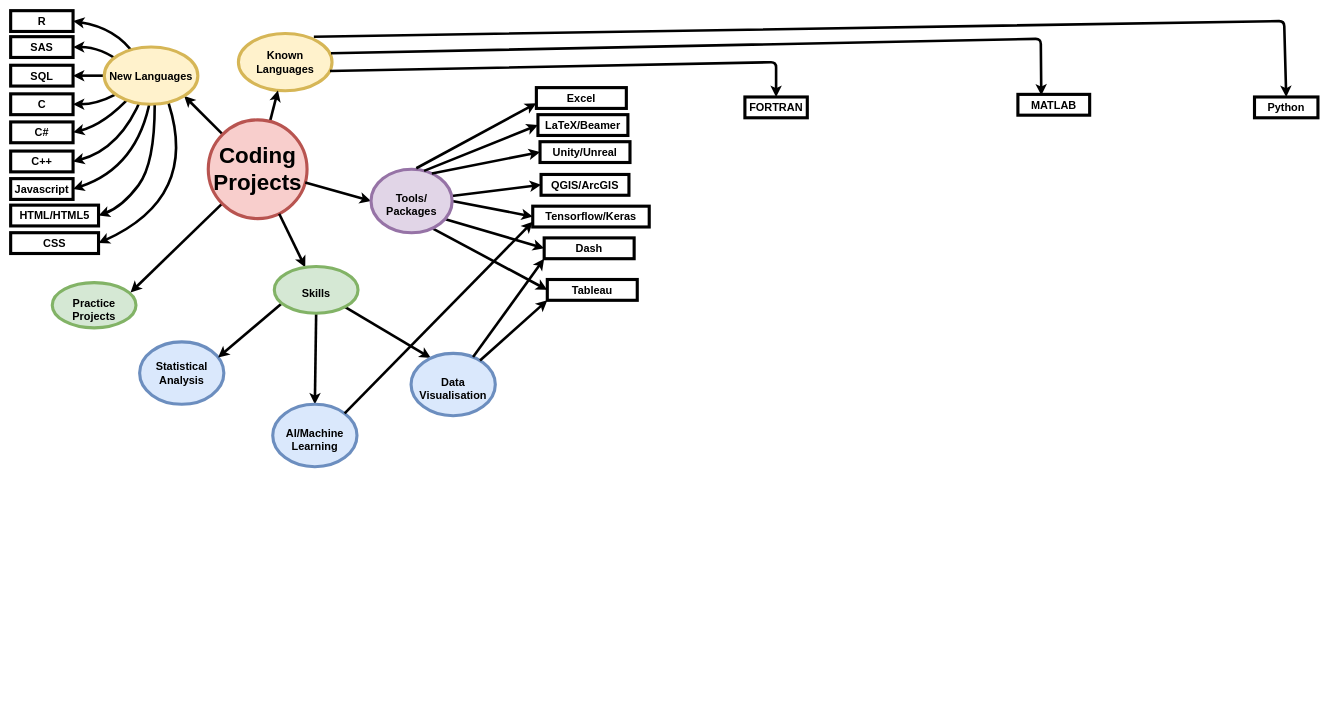
The draw.io diagram Central Diagram.drawio in owen-jordan/central-repo, before the edit. Source tidied: cells renumbered, new cells numbered last; positions are measured from the earlier drawing's top-left corner, leaving out a move shared by most shapes. Both pictures are drawn from the tidied source at 52%, with x=0, y=0 at pixel (10, 10).
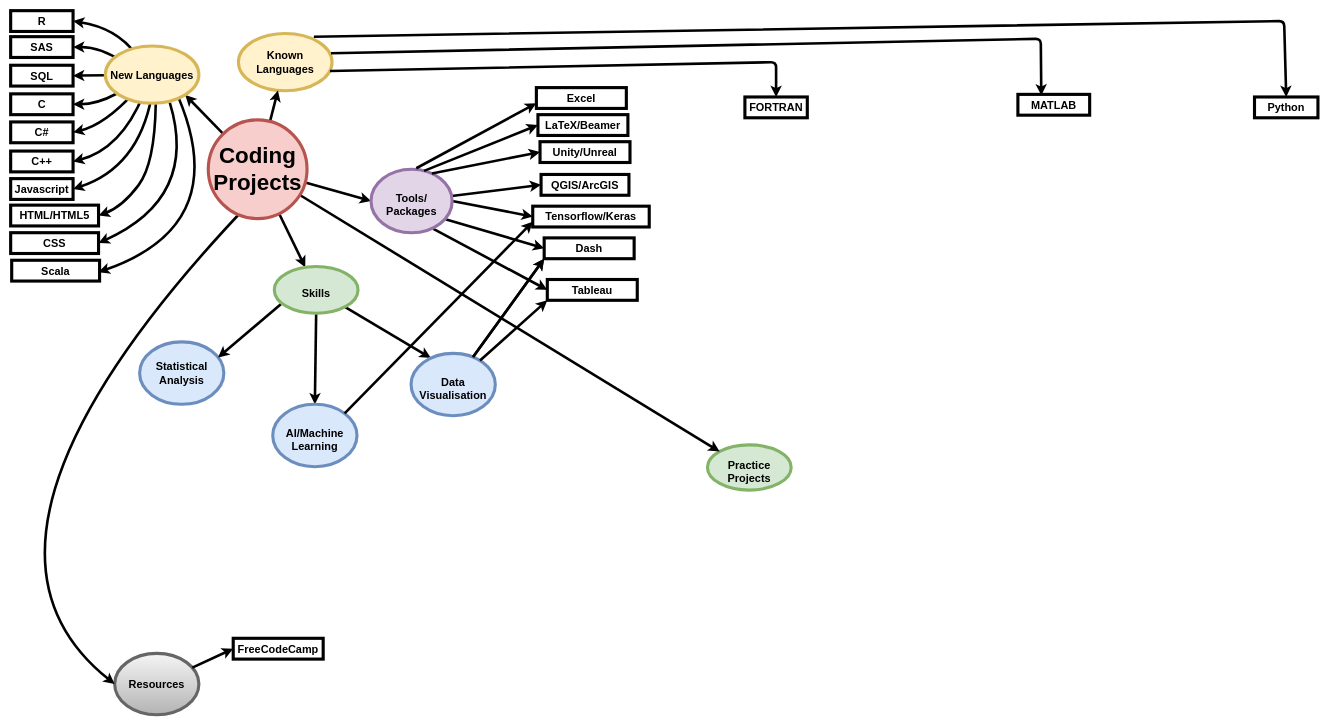
Above is the later version.

What changed in the source:
```diff
@@
-    <mxCell id="17" value="&lt;b&gt;&lt;font style=&quot;font-size: 21px&quot;&gt;New Languages&lt;/font&gt;&lt;/b&gt;" style="ellipse;whiteSpace=wrap;html=1;strokeWidth=6;fillColor=#fff2cc;strokeColor=#d6b656;" parent="1" vertex="1">
-      <mxGeometry x="180" y="70" width="180" height="110" as="geometry" />
-    </mxCell>
@@
     <mxCell id="26" value="&lt;br&gt;&lt;div&gt;&lt;b&gt;&lt;font style=&quot;font-size: 21px&quot;&gt;Practice&lt;/font&gt;&lt;/b&gt;&lt;/div&gt;&lt;div&gt;&lt;b&gt;&lt;font style=&quot;font-size: 21px&quot;&gt;Projects&lt;/font&gt;&lt;/b&gt;&lt;/div&gt;" style="ellipse;whiteSpace=wrap;html=1;strokeWidth=6;fillColor=#d5e8d4;strokeColor=#82b366;" parent="1" vertex="1">
-      <mxGeometry x="80" y="523" width="161" height="87" as="geometry" />
+      <mxGeometry x="1340" y="835" width="161" height="87" as="geometry" />
     </mxCell>
-    <mxCell id="27" style="endArrow=classic;html=1;strokeWidth=5;entryX=0.935;entryY=0.218;entryDx=0;entryDy=0;entryPerimeter=0;" parent="1" edge="1" source="28" target="26">
+    <mxCell id="27" style="endArrow=classic;html=1;strokeWidth=5;entryX=0;entryY=0;entryDx=0;entryDy=0;" parent="1" edge="1" source="28" target="26">
       <mxGeometry relative="1" as="geometry" />
     </mxCell>
-    <mxCell id="28" value="&lt;b&gt;&lt;font style=&quot;font-size: 43px&quot;&gt;&lt;font style=&quot;font-size: 43px&quot;&gt;Coding Projects&lt;/font&gt;&lt;br&gt;&lt;/font&gt;&lt;/b&gt;" style="ellipse;whiteSpace=wrap;html=1;strokeWidth=6;fillColor=#f8cecc;strokeColor=#b85450;" parent="1" vertex="1">
-      <mxGeometry x="380" y="210" width="190" height="190" as="geometry" />
-    </mxCell>
@@
+    <mxCell id="60" value="&lt;div&gt;&lt;b&gt;&lt;font style=&quot;font-size: 21px&quot;&gt;Resources&lt;/font&gt;&lt;/b&gt;&lt;/div&gt;" style="ellipse;whiteSpace=wrap;html=1;strokeWidth=6;fillColor=#f5f5f5;strokeColor=#666666;gradientColor=#b3b3b3;" parent="1" vertex="1">
+      <mxGeometry x="200" y="1236" width="162" height="118" as="geometry" />
+    </mxCell>
+    <mxCell id="61" style="endArrow=classic;html=1;strokeWidth=5;exitX=0.442;exitY=0.816;exitDx=0;exitDy=0;entryX=0;entryY=0.5;entryDx=0;entryDy=0;curved=1;exitPerimeter=0;" parent="1" edge="1" source="28" target="60">
+      <mxGeometry relative="1" as="geometry">
+        <Array as="points">
+          <mxPoint x="-156" y="1013" />
+        </Array>
+      </mxGeometry>
+    </mxCell>
+    <mxCell id="28" value="&lt;b&gt;&lt;font style=&quot;font-size: 43px&quot;&gt;&lt;font style=&quot;font-size: 43px&quot;&gt;Coding Projects&lt;/font&gt;&lt;br&gt;&lt;/font&gt;&lt;/b&gt;" style="ellipse;whiteSpace=wrap;html=1;strokeWidth=6;fillColor=#f8cecc;strokeColor=#b85450;" parent="1" vertex="1">
+      <mxGeometry x="380" y="210" width="190" height="190" as="geometry" />
+    </mxCell>
+    <mxCell id="62" style="endArrow=classic;html=1;strokeWidth=5;entryX=0;entryY=1;entryDx=0;entryDy=0;" parent="1" edge="1">
+      <mxGeometry relative="1" as="geometry">
+        <mxPoint x="889.1" y="666" as="sourcePoint" />
+        <mxPoint x="1026" y="477" as="targetPoint" />
+      </mxGeometry>
+    </mxCell>
+    <mxCell id="63" style="endArrow=classic;html=1;strokeWidth=5;entryX=0;entryY=0.5;entryDx=0;entryDy=0;" parent="1" edge="1" source="60" target="64">
+      <mxGeometry relative="1" as="geometry" />
+    </mxCell>
+    <mxCell id="64" value="&lt;b&gt;&lt;font style=&quot;font-size: 21px&quot;&gt;FreeCodeCamp&lt;/font&gt;&lt;/b&gt;" style="rounded=0;whiteSpace=wrap;html=1;strokeWidth=6;" parent="1" vertex="1">
+      <mxGeometry x="428" y="1207" width="173" height="40" as="geometry" />
+    </mxCell>
+    <mxCell id="65" value="&lt;b&gt;&lt;font style=&quot;font-size: 21px&quot;&gt;Scala&lt;/font&gt;&lt;/b&gt;" style="rounded=0;whiteSpace=wrap;html=1;strokeWidth=6;" parent="1" vertex="1">
+      <mxGeometry x="2" y="480" width="169" height="40" as="geometry" />
+    </mxCell>
+    <mxCell id="66" style="curved=1;endArrow=classic;html=1;strokeColor=#000000;entryX=1;entryY=0.5;entryDx=0;entryDy=0;strokeWidth=5;exitX=0.722;exitY=0.682;exitDx=0;exitDy=0;exitPerimeter=0;" parent="1" edge="1" source="17">
+      <mxGeometry relative="1" as="geometry">
+        <mxPoint x="169" y="503" as="targetPoint" />
+        <Array as="points">
+          <mxPoint x="438" y="409" />
+        </Array>
+      </mxGeometry>
+    </mxCell>
+    <mxCell id="17" value="&lt;b&gt;&lt;font style=&quot;font-size: 21px&quot;&gt;New Languages&lt;/font&gt;&lt;/b&gt;" style="ellipse;whiteSpace=wrap;html=1;strokeWidth=6;fillColor=#fff2cc;strokeColor=#d6b656;" parent="1" vertex="1">
+      <mxGeometry x="182" y="68" width="180" height="110" as="geometry" />
+    </mxCell>
```
